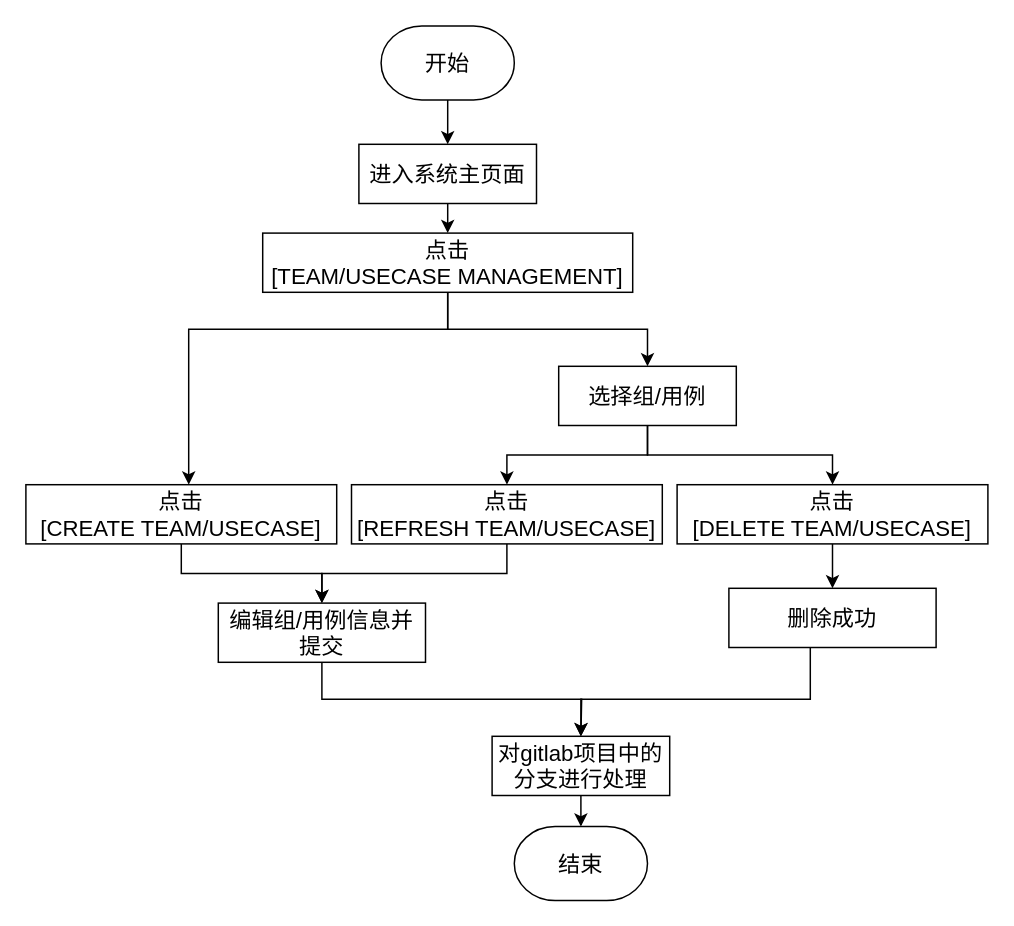
Sequin-hdd/COINFO keeps this draw.io diagram as 组/用例管理流程图.drawio. Above is the earlier version. Source tidied: cells renumbered, new cells numbered last; positions are measured from the earlier drawing's top-left corner, leaving out a move shared by most shapes. Both pictures are drawn from the tidied source at 148%, with x=0, y=0 at pixel (25, 25).
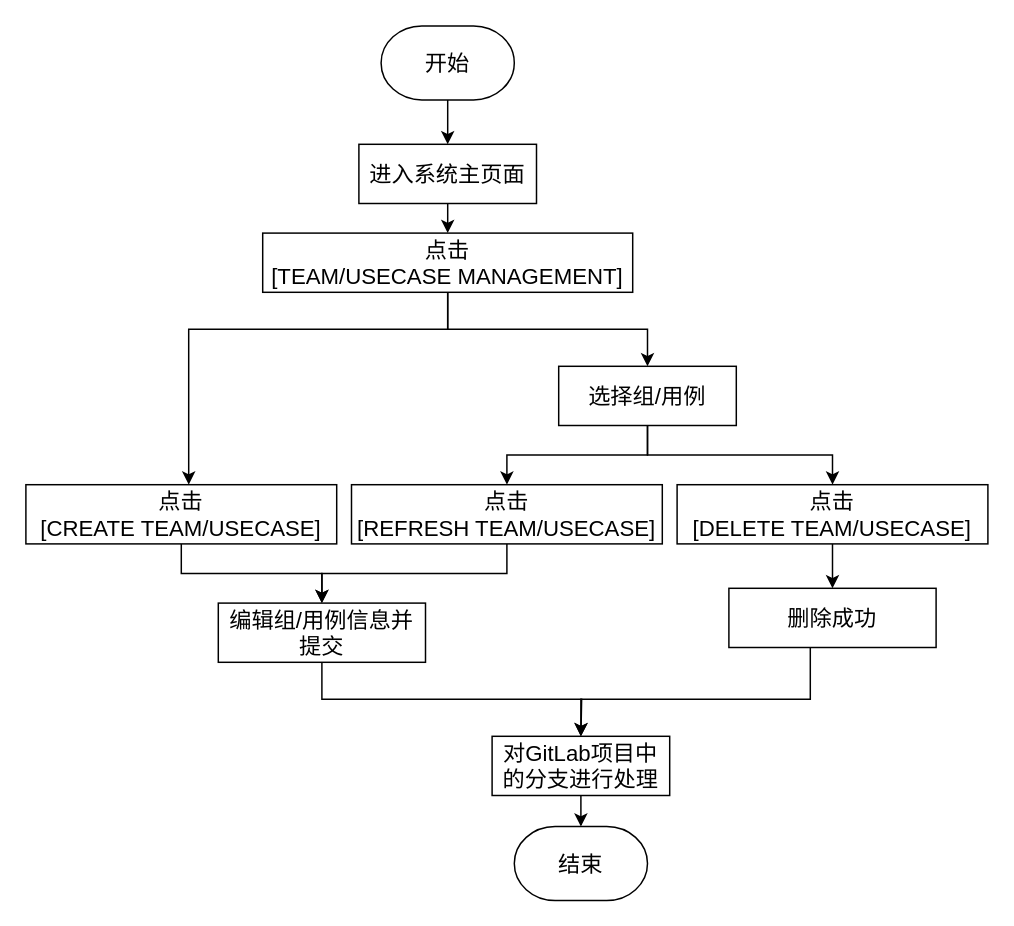
The same page after the edit.

Commit message:
更新用例管理流程图.drawio

The edit, as a diff of the source:
```diff
@@
-    <mxCell id="24" value="&lt;font style=&quot;font-size: 15px&quot;&gt;对gitlab项目中的分支进行处理&lt;/font&gt;" style="rounded=0;whiteSpace=wrap;html=1;" parent="1" vertex="1">
+    <mxCell id="24" value="&lt;font style=&quot;font-size: 15px&quot;&gt;对GitLab项目中的分支进行处理&lt;/font&gt;" style="rounded=0;whiteSpace=wrap;html=1;" parent="1" vertex="1">
       <mxGeometry x="315" y="480" width="120" height="40" as="geometry" />
     </mxCell>
```
